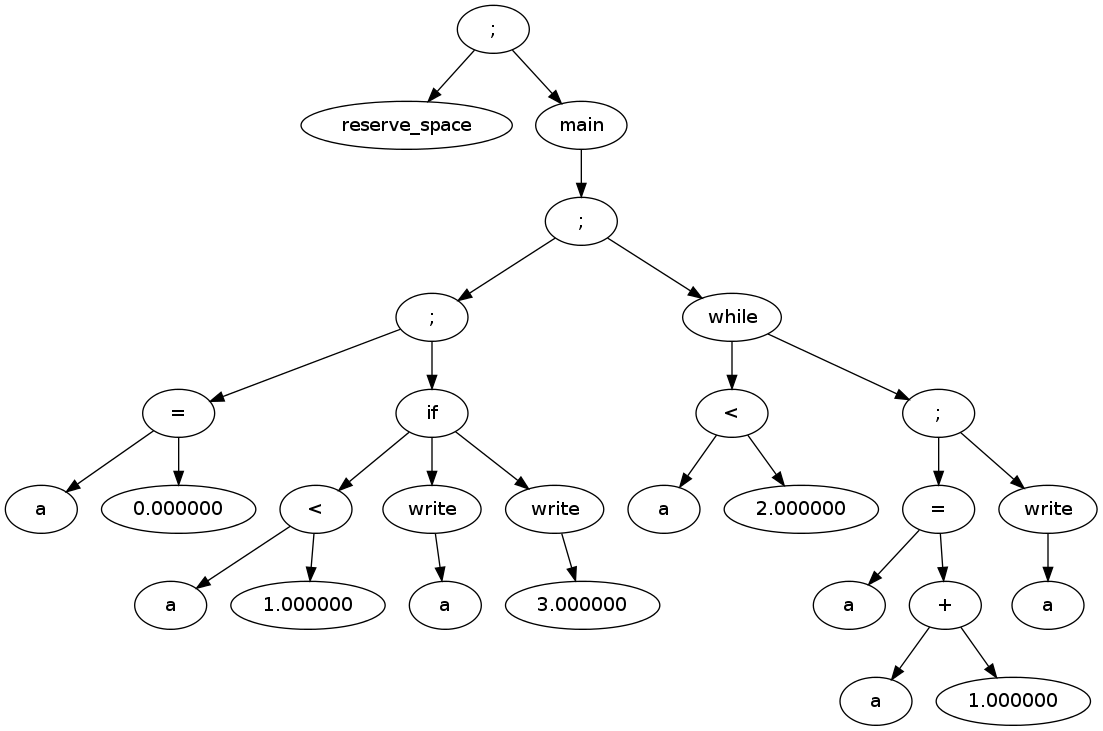
This is tp4_5_eleves/res.png from ALounes/Compilateur, a Graphviz export, as it was before one commit. Its source is kept beside it as tp4_5_eleves/res.dot.
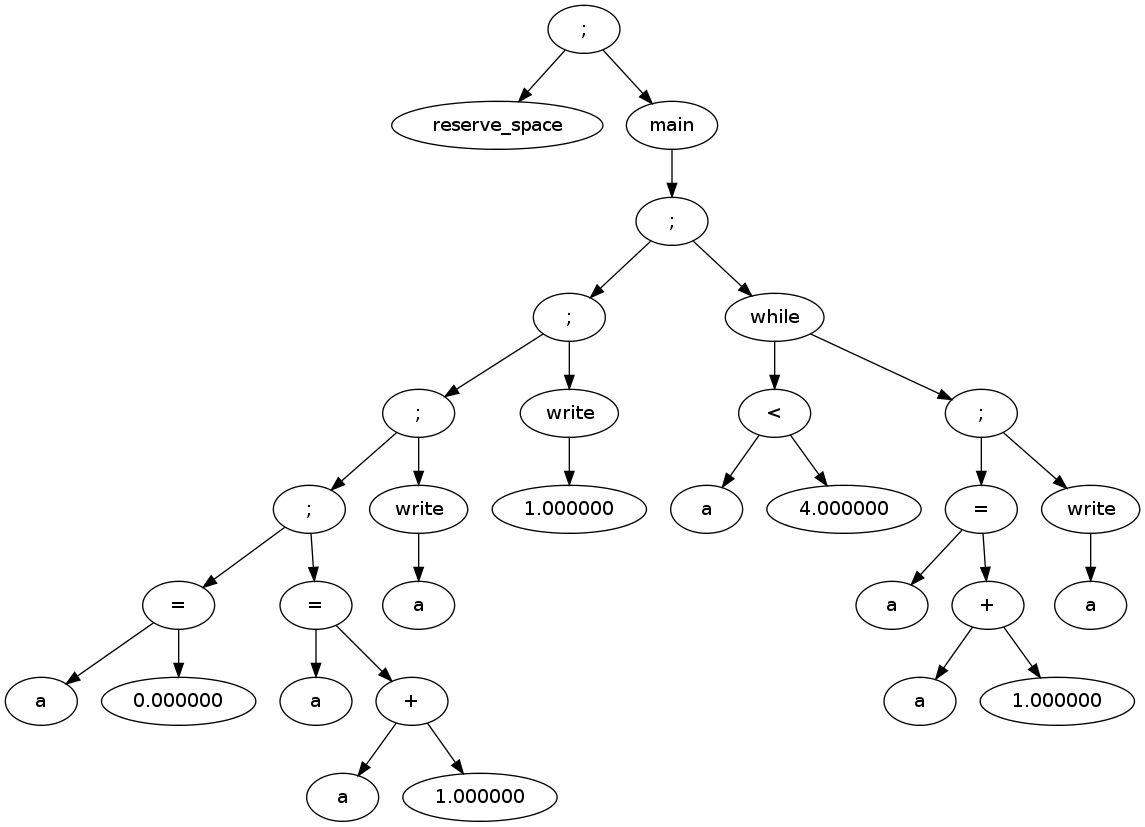
The same diagram one commit later.

The edit, as a diff of the source:
```diff
@@ -4,54 +4,60 @@
 	A002 [label="0.000000"]
 	A003 [label="="]
 	A004 [label="a"]
-	A005 [label="1.000000"]
-	A006 [label="<"]
-	A007 [label="a"]
-	A008 [label="write"]
-	A009 [label="3.000000"]
-	A010 [label="write"]
-	A011 [label="if"]
+	A005 [label="a"]
+	A006 [label="1.000000"]
+	A007 [label="+"]
+	A008 [label="="]
+	A009 [label=";"]
+	A010 [label="a"]
+	A011 [label="write"]
 	A012 [label=";"]
-	A013 [label="a"]
-	A014 [label="2.000000"]
-	A015 [label="<"]
+	A013 [label="1.000000"]
+	A014 [label="write"]
+	A015 [label=";"]
 	A016 [label="a"]
-	A017 [label="a"]
-	A018 [label="1.000000"]
-	A019 [label="+"]
-	A020 [label="="]
-	A021 [label="a"]
-	A022 [label="write"]
-	A023 [label=";"]
-	A024 [label="while"]
-	A025 [label=";"]
-	A026 [label="main"]
-	A027 [label=";"]
-	A027 -> A000
-	A027 -> A026
-	A026 -> A025
-	A025 -> A012
-	A025 -> A024
-	A012 -> A003
+	A017 [label="4.000000"]
+	A018 [label="<"]
+	A019 [label="a"]
+	A020 [label="a"]
+	A021 [label="1.000000"]
+	A022 [label="+"]
+	A023 [label="="]
+	A024 [label="a"]
+	A025 [label="write"]
+	A026 [label=";"]
+	A027 [label="while"]
+	A028 [label=";"]
+	A029 [label="main"]
+	A030 [label=";"]
+	A030 -> A000
+	A030 -> A029
+	A029 -> A028
+	A028 -> A015
+	A028 -> A027
+	A015 -> A012
+	A015 -> A014
+	A012 -> A009
 	A012 -> A011
+	A009 -> A003
+	A009 -> A008
 	A003 -> A001
 	A003 -> A002
-	A011 -> A006
-	A011 -> A008
+	A008 -> A004
+	A008 -> A007
+	A007 -> A005
+	A007 -> A006
 	A011 -> A010
-	A006 -> A004
-	A006 -> A005
-	A008 -> A007
-	A010 -> A009
-	A024 -> A015
-	A024 -> A023
-	A015 -> A013
-	A015 -> A014
-	A023 -> A020
+	A014 -> A013
+	A027 -> A018
+	A027 -> A026
+	A018 -> A016
+	A018 -> A017
+	A026 -> A023
+	A026 -> A025
+	A023 -> A019
 	A023 -> A022
-	A020 -> A016
-	A020 -> A019
-	A019 -> A017
-	A019 -> A018
+	A022 -> A020
 	A022 -> A021
+	A025 -> A024
 }
```
